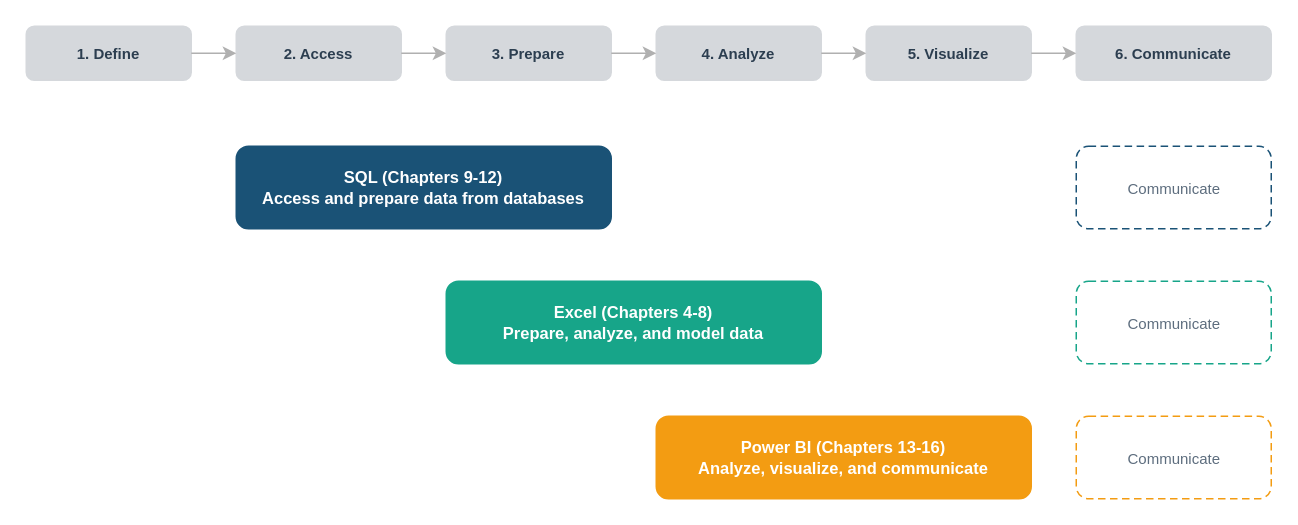
This is visuals/src/fig-01-03-tools-workflow-mapping.drawio from mmcodesso/Accounting_Analytics_Book, a draw.io file, before an edit. Source tidied: cells renumbered, new cells numbered last; positions are measured from the earlier drawing's top-left corner, leaving out a move shared by most shapes. Both pictures are drawn from the tidied source at 150%, with x=0, y=0 at pixel (26, 26).
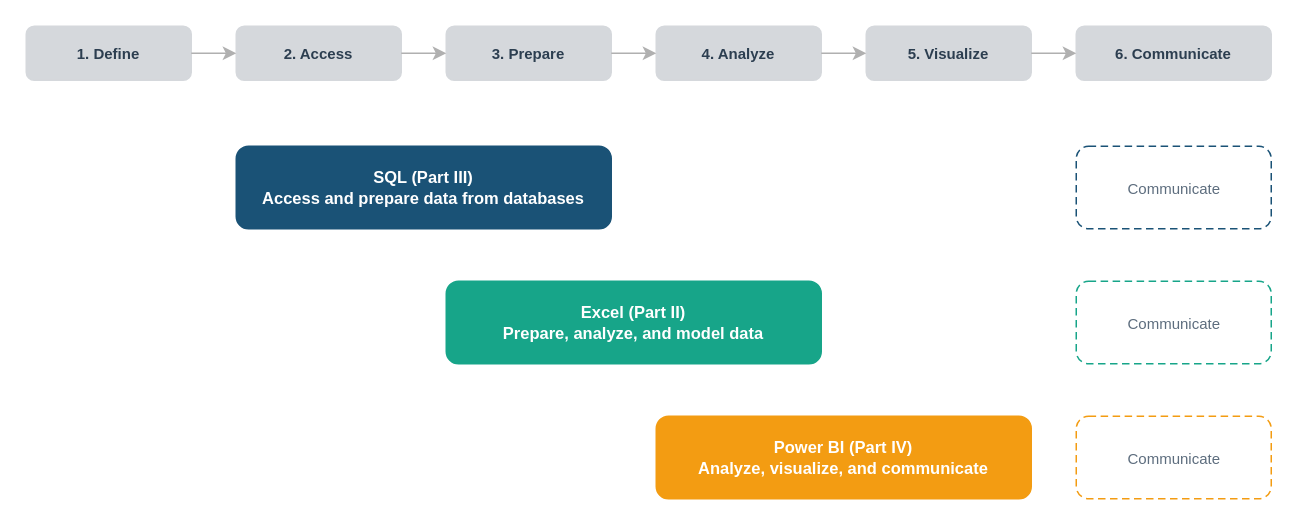
After the change.

Diff of the diagram source:
```diff
@@
-    <mxCell id="13" value="SQL (Chapters 9-12)&#10;Access and prepare data from databases" style="rounded=1;whiteSpace=wrap;html=1;fillColor=#1A5276;fontColor=#FFFFFF;strokeColor=#1A5276;fontSize=11;fontStyle=1;fontFamily=Arial;arcSize=15;" parent="1" vertex="1">
+    <mxCell id="13" value="SQL (Part III)&#10;Access and prepare data from databases" style="rounded=1;whiteSpace=wrap;html=1;fillColor=#1A5276;fontColor=#FFFFFF;strokeColor=#1A5276;fontSize=11;fontStyle=1;fontFamily=Arial;arcSize=15;" parent="1" vertex="1">
       <mxGeometry x="140" y="80" width="250" height="55" as="geometry" />
     </mxCell>
@@
-    <mxCell id="15" value="Excel (Chapters 4-8)&#10;Prepare, analyze, and model data" style="rounded=1;whiteSpace=wrap;html=1;fillColor=#17A589;fontColor=#FFFFFF;strokeColor=#17A589;fontSize=11;fontStyle=1;fontFamily=Arial;arcSize=15;" parent="1" vertex="1">
+    <mxCell id="15" value="Excel (Part II)&#10;Prepare, analyze, and model data" style="rounded=1;whiteSpace=wrap;html=1;fillColor=#17A589;fontColor=#FFFFFF;strokeColor=#17A589;fontSize=11;fontStyle=1;fontFamily=Arial;arcSize=15;" parent="1" vertex="1">
       <mxGeometry x="280" y="170" width="250" height="55" as="geometry" />
     </mxCell>
@@
-    <mxCell id="17" value="Power BI (Chapters 13-16)&#10;Analyze, visualize, and communicate" style="rounded=1;whiteSpace=wrap;html=1;fillColor=#F39C12;fontColor=#FFFFFF;strokeColor=#F39C12;fontSize=11;fontStyle=1;fontFamily=Arial;arcSize=15;" parent="1" vertex="1">
+    <mxCell id="17" value="Power BI (Part IV)&#10;Analyze, visualize, and communicate" style="rounded=1;whiteSpace=wrap;html=1;fillColor=#F39C12;fontColor=#FFFFFF;strokeColor=#F39C12;fontSize=11;fontStyle=1;fontFamily=Arial;arcSize=15;" parent="1" vertex="1">
       <mxGeometry x="420" y="260" width="250" height="55" as="geometry" />
     </mxCell>
```
